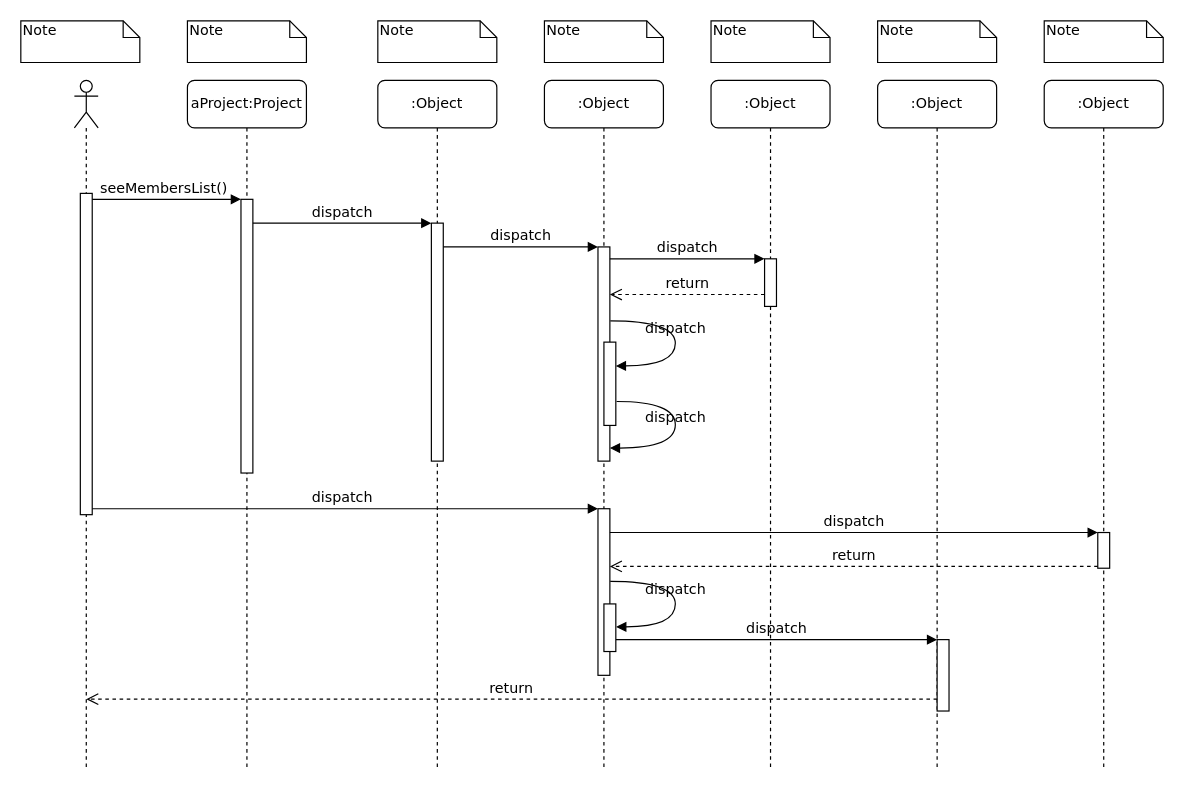
Above: Behavioral Modeling/See Members And Manage Roles.drawio in amirabbas8/ScrumOfficer (draw.io), before the change. Source tidied: cells renumbered, new cells numbered last; positions are measured from the earlier drawing's top-left corner, leaving out a move shared by most shapes. Both pictures are drawn from the tidied source at 119%, with x=0, y=0 at pixel (20, 20).
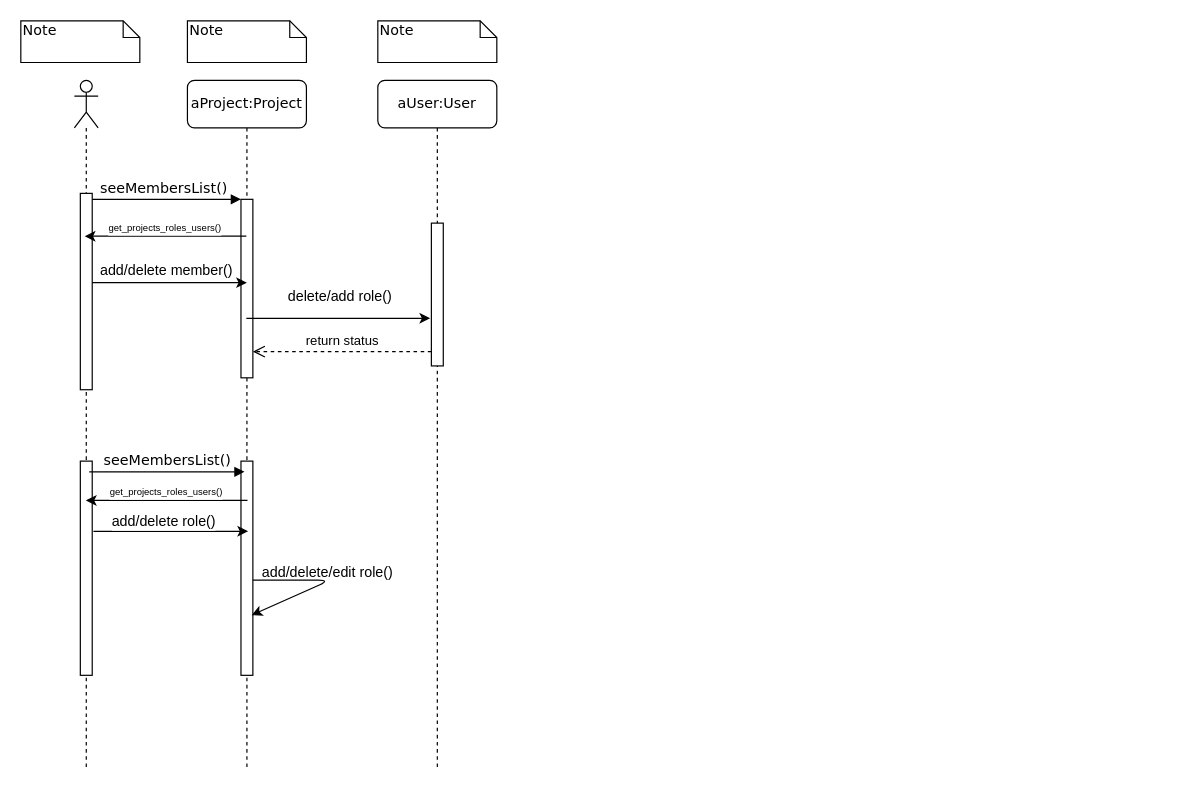
After the change.

Unchanged cells that the change refers to:
```xml
<mxCell id="2" value="aProject:Project" style="shape=umlLifeline;perimeter=lifelinePerimeter;whiteSpace=wrap;html=1;outlineConnect=0;rounded=1;shadow=0;comic=0;labelBackgroundColor=none;strokeColor=#000000;strokeWidth=1;fillColor=#FFFFFF;fontFamily=Verdana;fontSize=12;fontColor=#000000;align=center;" parent="1" vertex="1">
  <mxGeometry x="140" y="50" width="100" height="580" as="geometry" />
</mxCell>
<mxCell id="37" style="shape=umlLifeline;participant=umlActor;perimeter=lifelinePerimeter;whiteSpace=wrap;html=1;verticalAlign=top;spacingTop=36;labelBackgroundColor=#ffffff;outlineConnect=0;" parent="1" vertex="1">
  <mxGeometry x="45" y="50" width="20" height="580" as="geometry" />
</mxCell>
```

The edit, as a diff of the source:
```diff
@@
     <mxCell id="3" style="html=1;points=[];perimeter=orthogonalPerimeter;rounded=0;shadow=0;comic=0;labelBackgroundColor=none;strokeColor=#000000;strokeWidth=1;fillColor=#FFFFFF;fontFamily=Verdana;fontSize=12;fontColor=#000000;align=center;" parent="2" vertex="1">
-      <mxGeometry x="45" y="100" width="10" height="230" as="geometry" />
+      <mxGeometry x="45" y="100" width="10" height="150" as="geometry" />
     </mxCell>
+    <mxCell id="39" style="html=1;points=[];perimeter=orthogonalPerimeter;" parent="2" vertex="1">
+      <mxGeometry x="45" y="320" width="10" height="180" as="geometry" />
+    </mxCell>
-    <mxCell id="4" value=":Object" style="shape=umlLifeline;perimeter=lifelinePerimeter;whiteSpace=wrap;html=1;rounded=1;shadow=0;comic=0;labelBackgroundColor=none;strokeColor=#000000;strokeWidth=1;fillColor=#FFFFFF;fontFamily=Verdana;fontSize=12;fontColor=#000000;align=center;" parent="1" vertex="1">
+    <mxCell id="4" value="aUser:User" style="shape=umlLifeline;perimeter=lifelinePerimeter;whiteSpace=wrap;html=1;rounded=1;shadow=0;comic=0;labelBackgroundColor=none;strokeColor=#000000;strokeWidth=1;fillColor=#FFFFFF;fontFamily=Verdana;fontSize=12;fontColor=#000000;align=center;" parent="1" vertex="1">
       <mxGeometry x="300" y="50" width="100" height="580" as="geometry" />
     </mxCell>
     <mxCell id="5" style="html=1;points=[];perimeter=orthogonalPerimeter;rounded=0;shadow=0;comic=0;labelBackgroundColor=none;strokeColor=#000000;strokeWidth=1;fillColor=#FFFFFF;fontFamily=Verdana;fontSize=12;fontColor=#000000;align=center;" parent="4" vertex="1">
-      <mxGeometry x="45" y="120" width="10" height="200" as="geometry" />
+      <mxGeometry x="45" y="120" width="10" height="120" as="geometry" />
     </mxCell>
-    <mxCell id="6" value=":Object" style="shape=umlLifeline;perimeter=lifelinePerimeter;whiteSpace=wrap;html=1;rounded=1;shadow=0;comic=0;labelBackgroundColor=none;strokeColor=#000000;strokeWidth=1;fillColor=#FFFFFF;fontFamily=Verdana;fontSize=12;fontColor=#000000;align=center;" parent="1" vertex="1">
-      <mxGeometry x="440" y="50" width="100" height="580" as="geometry" />
-    </mxCell>
-    <mxCell id="7" value=":Object" style="shape=umlLifeline;perimeter=lifelinePerimeter;whiteSpace=wrap;html=1;rounded=1;shadow=0;comic=0;labelBackgroundColor=none;strokeColor=#000000;strokeWidth=1;fillColor=#FFFFFF;fontFamily=Verdana;fontSize=12;fontColor=#000000;align=center;" parent="1" vertex="1">
-      <mxGeometry x="580" y="50" width="100" height="580" as="geometry" />
-    </mxCell>
-    <mxCell id="8" value=":Object" style="shape=umlLifeline;perimeter=lifelinePerimeter;whiteSpace=wrap;html=1;rounded=1;shadow=0;comic=0;labelBackgroundColor=none;strokeColor=#000000;strokeWidth=1;fillColor=#FFFFFF;fontFamily=Verdana;fontSize=12;fontColor=#000000;align=center;" parent="1" vertex="1">
-      <mxGeometry x="720" y="50" width="100" height="580" as="geometry" />
-    </mxCell>
-    <mxCell id="9" value=":Object" style="shape=umlLifeline;perimeter=lifelinePerimeter;whiteSpace=wrap;html=1;rounded=1;shadow=0;comic=0;labelBackgroundColor=none;strokeColor=#000000;strokeWidth=1;fillColor=#FFFFFF;fontFamily=Verdana;fontSize=12;fontColor=#000000;align=center;" parent="1" vertex="1">
-      <mxGeometry x="860" y="50" width="100" height="580" as="geometry" />
-    </mxCell>
-    <mxCell id="10" style="html=1;points=[];perimeter=orthogonalPerimeter;rounded=0;shadow=0;comic=0;labelBackgroundColor=none;strokeColor=#000000;strokeWidth=1;fillColor=#FFFFFF;fontFamily=Verdana;fontSize=12;fontColor=#000000;align=center;" parent="1" vertex="1">
-      <mxGeometry x="485" y="190" width="10" height="180" as="geometry" />
-    </mxCell>
-    <mxCell id="11" value="dispatch" style="html=1;verticalAlign=bottom;endArrow=block;labelBackgroundColor=none;fontFamily=Verdana;fontSize=12;edgeStyle=elbowEdgeStyle;elbow=vertical;" parent="1" edge="1" source="5" target="10">
-      <mxGeometry relative="1" as="geometry">
-        <Array as="points">
-          <mxPoint x="360" y="190" />
-        </Array>
-      </mxGeometry>
-    </mxCell>
-    <mxCell id="12" style="html=1;points=[];perimeter=orthogonalPerimeter;rounded=0;shadow=0;comic=0;labelBackgroundColor=none;strokeColor=#000000;strokeWidth=1;fillColor=#FFFFFF;fontFamily=Verdana;fontSize=12;fontColor=#000000;align=center;" parent="1" vertex="1">
-      <mxGeometry x="625" y="200" width="10" height="40" as="geometry" />
-    </mxCell>
-    <mxCell id="13" value="dispatch" style="html=1;verticalAlign=bottom;endArrow=block;entryX=0;entryY=0;labelBackgroundColor=none;fontFamily=Verdana;fontSize=12;edgeStyle=elbowEdgeStyle;elbow=vertical;" parent="1" edge="1" source="10" target="12">
-      <mxGeometry relative="1" as="geometry" />
-    </mxCell>
-    <mxCell id="14" value="return" style="html=1;verticalAlign=bottom;endArrow=open;dashed=1;endSize=8;labelBackgroundColor=none;fontFamily=Verdana;fontSize=12;edgeStyle=elbowEdgeStyle;elbow=vertical;" parent="1" edge="1" source="12" target="10">
-      <mxGeometry relative="1" as="geometry">
-        <Array as="points">
-          <mxPoint x="570" y="230" />
-          <mxPoint x="600" y="230" />
-        </Array>
-      </mxGeometry>
-    </mxCell>
-    <mxCell id="15" style="html=1;points=[];perimeter=orthogonalPerimeter;rounded=0;shadow=0;comic=0;labelBackgroundColor=none;strokeColor=#000000;strokeWidth=1;fillColor=#FFFFFF;fontFamily=Verdana;fontSize=12;fontColor=#000000;align=center;" parent="1" vertex="1">
-      <mxGeometry x="485" y="410" width="10" height="140" as="geometry" />
-    </mxCell>
-    <mxCell id="16" value="dispatch" style="html=1;verticalAlign=bottom;endArrow=block;entryX=0;entryY=0;labelBackgroundColor=none;fontFamily=Verdana;fontSize=12;" parent="1" edge="1" target="15">
-      <mxGeometry relative="1" as="geometry">
-        <mxPoint x="55" y="410" as="sourcePoint" />
-      </mxGeometry>
-    </mxCell>
-    <mxCell id="17" style="html=1;points=[];perimeter=orthogonalPerimeter;rounded=0;shadow=0;comic=0;labelBackgroundColor=none;strokeColor=#000000;strokeWidth=1;fillColor=#FFFFFF;fontFamily=Verdana;fontSize=12;fontColor=#000000;align=center;" parent="1" vertex="1">
-      <mxGeometry x="905" y="430" width="10" height="30" as="geometry" />
-    </mxCell>
-    <mxCell id="18" value="dispatch" style="html=1;verticalAlign=bottom;endArrow=block;entryX=0;entryY=0;labelBackgroundColor=none;fontFamily=Verdana;fontSize=12;" parent="1" edge="1" source="15" target="17">
-      <mxGeometry relative="1" as="geometry" />
-    </mxCell>
-    <mxCell id="19" value="return" style="html=1;verticalAlign=bottom;endArrow=open;dashed=1;endSize=8;exitX=0;exitY=0.95;labelBackgroundColor=none;fontFamily=Verdana;fontSize=12;" parent="1" edge="1" source="17" target="15">
-      <mxGeometry relative="1" as="geometry" />
-    </mxCell>
-    <mxCell id="20" style="html=1;points=[];perimeter=orthogonalPerimeter;rounded=0;shadow=0;comic=0;labelBackgroundColor=none;strokeColor=#000000;strokeWidth=1;fillColor=#FFFFFF;fontFamily=Verdana;fontSize=12;fontColor=#000000;align=center;" parent="1" vertex="1">
-      <mxGeometry x="770" y="520" width="10" height="60" as="geometry" />
-    </mxCell>
-    <mxCell id="21" value="dispatch" style="html=1;verticalAlign=bottom;endArrow=block;entryX=0;entryY=0;labelBackgroundColor=none;fontFamily=Verdana;fontSize=12;edgeStyle=elbowEdgeStyle;elbow=vertical;" parent="1" edge="1" source="28" target="20">
-      <mxGeometry relative="1" as="geometry" />
-    </mxCell>
-    <mxCell id="22" value="return" style="html=1;verticalAlign=bottom;endArrow=open;dashed=1;endSize=8;labelBackgroundColor=none;fontFamily=Verdana;fontSize=12;edgeStyle=elbowEdgeStyle;elbow=vertical;" parent="1" edge="1" source="20">
-      <mxGeometry relative="1" as="geometry">
-        <mxPoint x="55" y="570" as="targetPoint" />
-        <Array as="points">
-          <mxPoint x="470" y="570" />
-        </Array>
-      </mxGeometry>
-    </mxCell>
@@
-    <mxCell id="24" value="dispatch" style="html=1;verticalAlign=bottom;endArrow=block;entryX=0;entryY=0;labelBackgroundColor=none;fontFamily=Verdana;fontSize=12;edgeStyle=elbowEdgeStyle;elbow=vertical;" parent="1" edge="1" source="3" target="5">
-      <mxGeometry relative="1" as="geometry" />
-    </mxCell>
-    <mxCell id="25" style="html=1;points=[];perimeter=orthogonalPerimeter;rounded=0;shadow=0;comic=0;labelBackgroundColor=none;strokeColor=#000000;strokeWidth=1;fillColor=#FFFFFF;fontFamily=Verdana;fontSize=12;fontColor=#000000;align=center;" parent="1" vertex="1">
-      <mxGeometry x="490" y="270" width="10" height="70" as="geometry" />
-    </mxCell>
-    <mxCell id="26" value="dispatch" style="html=1;verticalAlign=bottom;endArrow=block;labelBackgroundColor=none;fontFamily=Verdana;fontSize=12;elbow=vertical;edgeStyle=orthogonalEdgeStyle;curved=1;entryX=1;entryY=0.286;entryPerimeter=0;exitX=1.038;exitY=0.345;exitPerimeter=0;" parent="1" edge="1" source="10" target="25">
-      <mxGeometry relative="1" as="geometry">
-        <Array as="points">
-          <mxPoint x="550" y="252" />
-          <mxPoint x="550" y="290" />
-        </Array>
-      </mxGeometry>
-    </mxCell>
-    <mxCell id="27" value="dispatch" style="html=1;verticalAlign=bottom;endArrow=block;labelBackgroundColor=none;fontFamily=Verdana;fontSize=12;elbow=vertical;edgeStyle=orthogonalEdgeStyle;curved=1;exitX=1.066;exitY=0.713;exitPerimeter=0;" parent="1" edge="1" source="25">
-      <mxGeometry relative="1" as="geometry">
-        <mxPoint x="495" y="359" as="targetPoint" />
-        <Array as="points">
-          <mxPoint x="550" y="320" />
-          <mxPoint x="550" y="359" />
-        </Array>
-      </mxGeometry>
-    </mxCell>
-    <mxCell id="28" style="html=1;points=[];perimeter=orthogonalPerimeter;rounded=0;shadow=0;comic=0;labelBackgroundColor=none;strokeColor=#000000;strokeWidth=1;fillColor=#FFFFFF;fontFamily=Verdana;fontSize=12;fontColor=#000000;align=center;" parent="1" vertex="1">
-      <mxGeometry x="490" y="490" width="10" height="40" as="geometry" />
-    </mxCell>
-    <mxCell id="29" value="dispatch" style="html=1;verticalAlign=bottom;endArrow=block;labelBackgroundColor=none;fontFamily=Verdana;fontSize=12;elbow=vertical;edgeStyle=orthogonalEdgeStyle;curved=1;entryX=1;entryY=0.286;entryPerimeter=0;exitX=1.038;exitY=0.345;exitPerimeter=0;" parent="1" edge="1">
-      <mxGeometry relative="1" as="geometry">
-        <mxPoint x="495.3" y="471" as="sourcePoint" />
-        <mxPoint x="500.3" y="509.3" as="targetPoint" />
-        <Array as="points">
-          <mxPoint x="550" y="471" />
-          <mxPoint x="550" y="509" />
-        </Array>
-      </mxGeometry>
-    </mxCell>
@@
-    <mxCell id="33" value="Note" style="shape=note;whiteSpace=wrap;html=1;size=14;verticalAlign=top;align=left;spacingTop=-6;rounded=0;shadow=0;comic=0;labelBackgroundColor=none;strokeColor=#000000;strokeWidth=1;fillColor=#FFFFFF;fontFamily=Verdana;fontSize=12;fontColor=#000000;" parent="1" vertex="1">
-      <mxGeometry x="440" width="100" height="35" as="geometry" />
-    </mxCell>
-    <mxCell id="34" value="Note" style="shape=note;whiteSpace=wrap;html=1;size=14;verticalAlign=top;align=left;spacingTop=-6;rounded=0;shadow=0;comic=0;labelBackgroundColor=none;strokeColor=#000000;strokeWidth=1;fillColor=#FFFFFF;fontFamily=Verdana;fontSize=12;fontColor=#000000;" parent="1" vertex="1">
-      <mxGeometry x="580" width="100" height="35" as="geometry" />
-    </mxCell>
-    <mxCell id="35" value="Note" style="shape=note;whiteSpace=wrap;html=1;size=14;verticalAlign=top;align=left;spacingTop=-6;rounded=0;shadow=0;comic=0;labelBackgroundColor=none;strokeColor=#000000;strokeWidth=1;fillColor=#FFFFFF;fontFamily=Verdana;fontSize=12;fontColor=#000000;" parent="1" vertex="1">
-      <mxGeometry x="720" width="100" height="35" as="geometry" />
-    </mxCell>
-    <mxCell id="36" value="Note" style="shape=note;whiteSpace=wrap;html=1;size=14;verticalAlign=top;align=left;spacingTop=-6;rounded=0;shadow=0;comic=0;labelBackgroundColor=none;strokeColor=#000000;strokeWidth=1;fillColor=#FFFFFF;fontFamily=Verdana;fontSize=12;fontColor=#000000;" parent="1" vertex="1">
-      <mxGeometry x="860" width="100" height="35" as="geometry" />
-    </mxCell>
@@
     <mxCell id="38" style="html=1;points=[];perimeter=orthogonalPerimeter;" parent="37" vertex="1">
-      <mxGeometry x="5" y="95" width="10" height="270" as="geometry" />
+      <mxGeometry x="5" y="95" width="10" height="165" as="geometry" />
     </mxCell>
+    <mxCell id="40" style="html=1;perimeter=orthogonalPerimeter;" parent="37" vertex="1">
+      <mxGeometry x="5" y="320" width="10" height="180" as="geometry" />
+    </mxCell>
+    <mxCell id="41" style="endArrow=classic;html=1;" parent="1" edge="1">
+      <mxGeometry relative="1" as="geometry">
+        <mxPoint x="189.5" y="181" as="sourcePoint" />
+        <mxPoint x="53.7" y="181" as="targetPoint" />
+      </mxGeometry>
+    </mxCell>
+    <mxCell id="42" value="&lt;span style=&quot;font-size: 8px&quot;&gt;get_projects_roles_users()&lt;br&gt;&lt;/span&gt;" style="text;html=1;align=center;verticalAlign=middle;labelBackgroundColor=#ffffff;" parent="41" vertex="1">
+      <mxGeometry x="-0.14" y="4" relative="1" as="geometry">
+        <mxPoint x="-11" y="-13" as="offset" />
+      </mxGeometry>
+    </mxCell>
+    <mxCell id="43" value="add/delete member()&lt;br&gt;" style="text;html=1;align=left;verticalAlign=top;spacingTop=-4;" parent="1" vertex="1">
+      <mxGeometry x="65" y="200" width="130" height="20" as="geometry" />
+    </mxCell>
+    <mxCell id="44" style="endArrow=classic;html=1;" parent="1" edge="1" source="38">
+      <mxGeometry relative="1" as="geometry">
+        <mxPoint x="190" y="220" as="targetPoint" />
+      </mxGeometry>
+    </mxCell>
+    <mxCell id="45" style="endArrow=classic;html=1;" parent="1" edge="1" source="2">
+      <mxGeometry relative="1" as="geometry">
+        <mxPoint x="344" y="250" as="targetPoint" />
+      </mxGeometry>
+    </mxCell>
+    <mxCell id="46" value="&lt;font&gt;&lt;font style=&quot;font-size: 12px&quot;&gt;delete/add role()&lt;/font&gt;&lt;br&gt;&lt;/font&gt;" style="text;html=1;align=center;verticalAlign=middle;labelBackgroundColor=#ffffff;" parent="45" vertex="1">
+      <mxGeometry x="0.2" y="-3" relative="1" as="geometry">
+        <mxPoint x="-15" y="-22" as="offset" />
+      </mxGeometry>
+    </mxCell>
+    <mxCell id="47" value="&lt;br&gt;&lt;br&gt;" style="text;html=1;align=center;verticalAlign=middle;labelBackgroundColor=#ffffff;" parent="45" vertex="1">
+      <mxGeometry x="-0.28" y="2" relative="1" as="geometry" />
+    </mxCell>
+    <mxCell id="48" value="return status" style="html=1;verticalAlign=bottom;endArrow=open;dashed=1;endSize=8;exitX=0.02;exitY=0.547;exitDx=0;exitDy=0;exitPerimeter=0;" parent="1" edge="1">
+      <mxGeometry relative="1" as="geometry">
+        <mxPoint x="345" y="278" as="sourcePoint" />
+        <mxPoint x="195" y="278" as="targetPoint" />
+      </mxGeometry>
+    </mxCell>
+    <mxCell id="49" value="seeMembersList()" style="html=1;verticalAlign=bottom;endArrow=block;entryX=0;entryY=0;labelBackgroundColor=none;fontFamily=Verdana;fontSize=12;edgeStyle=elbowEdgeStyle;elbow=vertical;" parent="1" edge="1">
+      <mxGeometry relative="1" as="geometry">
+        <mxPoint x="57.5" y="379" as="sourcePoint" />
+        <mxPoint x="188" y="379" as="targetPoint" />
+      </mxGeometry>
+    </mxCell>
+    <mxCell id="50" style="endArrow=classic;html=1;" parent="1" edge="1">
+      <mxGeometry relative="1" as="geometry">
+        <mxPoint x="190.5" y="403" as="sourcePoint" />
+        <mxPoint x="54.7" y="403" as="targetPoint" />
+      </mxGeometry>
+    </mxCell>
+    <mxCell id="51" value="&lt;span style=&quot;font-size: 8px&quot;&gt;get_projects_roles_users()&lt;br&gt;&lt;/span&gt;" style="text;html=1;align=center;verticalAlign=middle;labelBackgroundColor=#ffffff;" parent="50" vertex="1">
+      <mxGeometry x="-0.14" y="4" relative="1" as="geometry">
+        <mxPoint x="-11" y="-13" as="offset" />
+      </mxGeometry>
+    </mxCell>
+    <mxCell id="52" style="endArrow=classic;html=1;" parent="1" edge="1">
+      <mxGeometry relative="1" as="geometry">
+        <mxPoint x="61" y="429" as="sourcePoint" />
+        <mxPoint x="191" y="429" as="targetPoint" />
+      </mxGeometry>
+    </mxCell>
+    <mxCell id="53" value="add/delete role()&lt;br&gt;" style="text;html=1;align=center;verticalAlign=middle;labelBackgroundColor=#ffffff;" parent="52" vertex="1">
+      <mxGeometry x="-0.2" y="1" relative="1" as="geometry">
+        <mxPoint x="6" y="-8" as="offset" />
+      </mxGeometry>
+    </mxCell>
+    <mxCell id="54" style="endArrow=classic;html=1;entryX=0.9;entryY=0.719;entryDx=0;entryDy=0;entryPerimeter=0;" parent="1" edge="1" target="39">
+      <mxGeometry relative="1" as="geometry">
+        <mxPoint x="195" y="470" as="sourcePoint" />
+        <Array as="points">
+          <mxPoint x="260" y="470" />
+        </Array>
+      </mxGeometry>
+    </mxCell>
+    <mxCell id="55" value="add/delete/edit role()" style="text;html=1;align=left;verticalAlign=top;spacingTop=-4;" parent="1" vertex="1">
+      <mxGeometry x="201" y="454" width="130" height="20" as="geometry" />
+    </mxCell>
```
